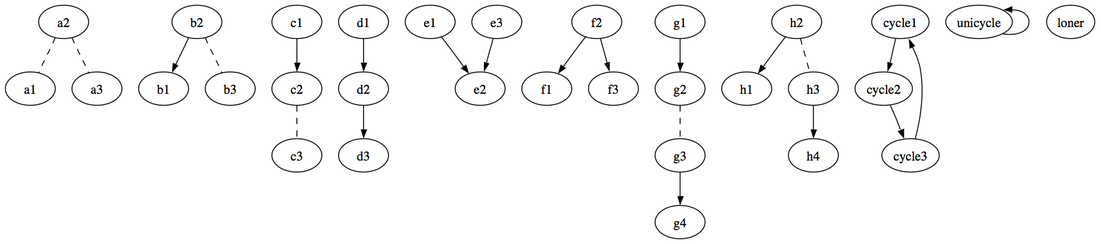
This is regress/ca/sqlpower/matchmaker/util/doc-files/testgraph.png from SQLPower/power-matchmaker, a Graphviz export, as it was before one commit. Its source is kept beside it as regress/ca/sqlpower/matchmaker/util/doc-files/testgraph.dot. The source it was exported from:
```dot
digraph cow
	{

a2 -> a1 [style=dashed arrowhead=none];
a2 -> a3 [style=dashed arrowhead=none];

b2 -> b1;
b2 -> b3 [style=dashed arrowhead=none];

c1 -> c2;
c2 -> c3 [style=dashed arrowhead=none];

d1 -> d2;
d2 -> d3;

e1 -> e2;
e3 -> e2;

f2 -> f1;
f2 -> f3;

g1 -> g2;
g2 -> g3 [style=dashed arrowhead=none];
g3 -> g4;

h2 -> h1;
h2 -> h3 [style=dashed arrowhead=none];
h3 -> h4;

cycle1 -> cycle2;
cycle2 -> cycle3;
cycle3 -> cycle1;

unicycle -> unicycle;

loner;
	}
```
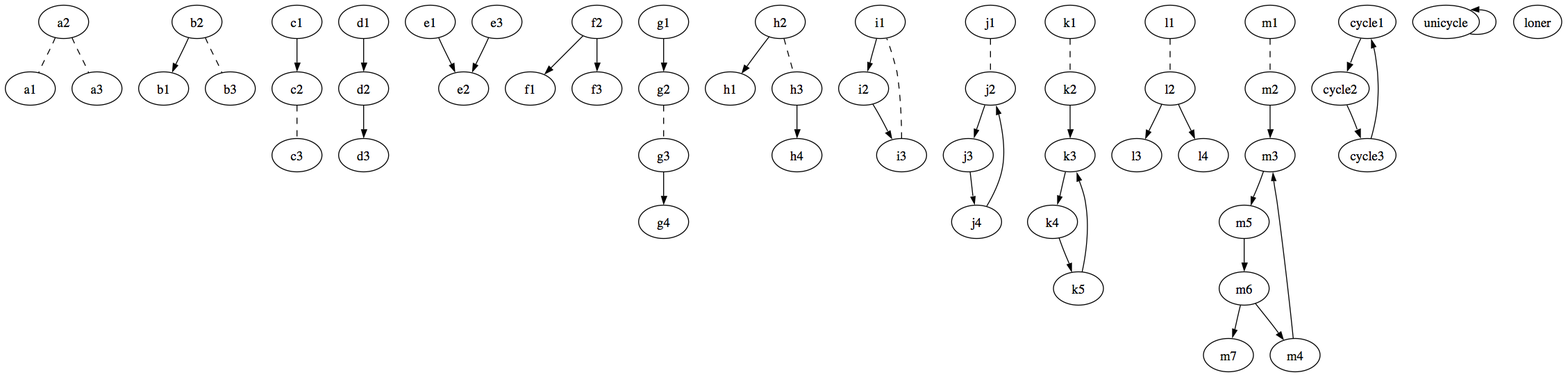
After the change.

The edit, as a diff of the source:
```diff
@@ -27,6 +27,33 @@
 h2 -> h3 [style=dashed arrowhead=none];
 h3 -> h4;
 
+i1 -> i2;
+i2 -> i3;
+i3 -> i1 [style=dashed arrowhead=none];
+
+j1 -> j2 [style=dashed arrowhead=none];
+j2 -> j3;
+j3 -> j4;
+j4 -> j2;
+
+k1 -> k2 [style=dashed arrowhead=none];
+k2 -> k3;
+k3 -> k4;
+k4 -> k5;
+k5 -> k3;
+
+l1 -> l2 [style=dashed arrowhead=none];
+l2 -> l3;
+l2 -> l4;
+
+m1 -> m2 [style=dashed arrowhead=none];
+m2 -> m3;
+m3 -> m5;
+m5 -> m6;
+m6 -> m4;
+m4 -> m3;
+m6 -> m7;
+
 cycle1 -> cycle2;
 cycle2 -> cycle3;
 cycle3 -> cycle1;
```
